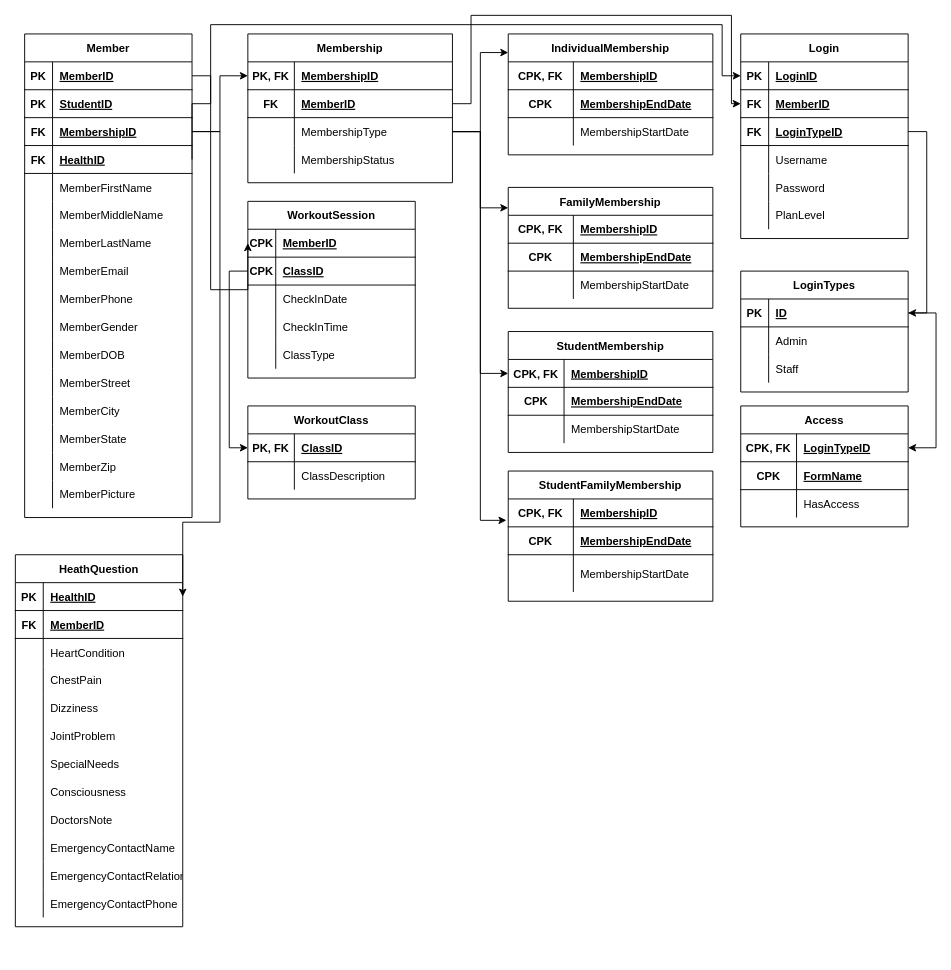
Above: Untitled Diagram.drawio in aayushbhurtel/gym-management-system (draw.io), before the change. Source tidied: cells renumbered, new cells numbered last; positions are measured from the earlier drawing's top-left corner, leaving out a move shared by most shapes. Both pictures are drawn from the tidied source at 93%, with x=0, y=0 at pixel (15, 15).
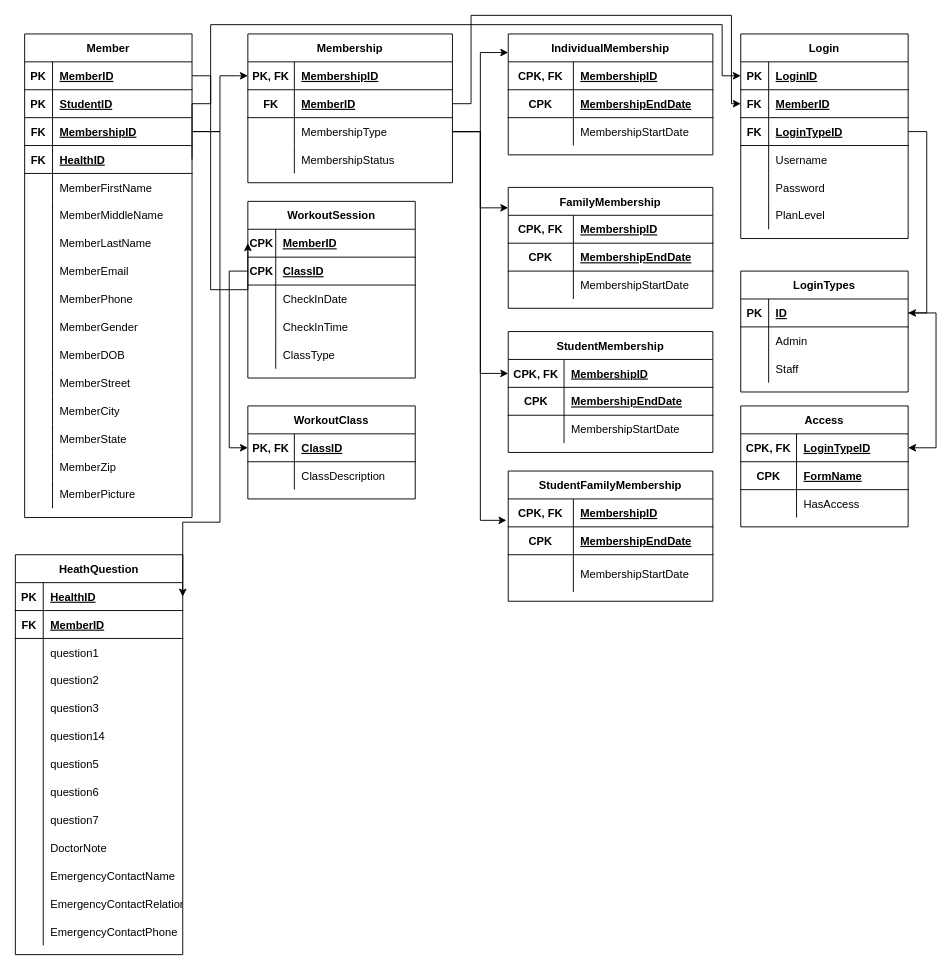
Above is the later version.

Commit message:
updated heath question

Unchanged cells that the change refers to:
```xml
<mxCell id="71" style="shape=tableRow;horizontal=0;startSize=0;swimlaneHead=0;swimlaneBody=0;fillColor=none;top=0;left=0;right=0;bottom=0;" parent="64" vertex="1">
  <mxGeometry y="90" width="180" height="30" as="geometry" />
</mxCell>
<mxCell id="74" style="shape=tableRow;horizontal=0;startSize=0;swimlaneHead=0;swimlaneBody=0;fillColor=none;top=0;left=0;right=0;bottom=0;" parent="64" vertex="1">
  <mxGeometry y="120" width="180" height="30" as="geometry" />
</mxCell>
<mxCell id="77" style="shape=tableRow;horizontal=0;startSize=0;swimlaneHead=0;swimlaneBody=0;fillColor=none;top=0;left=0;right=0;bottom=0;" parent="64" vertex="1">
  <mxGeometry y="150" width="180" height="30" as="geometry" />
</mxCell>
<mxCell id="80" style="shape=tableRow;horizontal=0;startSize=0;swimlaneHead=0;swimlaneBody=0;fillColor=none;top=0;left=0;right=0;bottom=0;" parent="64" vertex="1">
  <mxGeometry y="180" width="180" height="30" as="geometry" />
</mxCell>
<mxCell id="83" style="shape=tableRow;horizontal=0;startSize=0;swimlaneHead=0;swimlaneBody=0;fillColor=none;top=0;left=0;right=0;bottom=0;" parent="64" vertex="1">
  <mxGeometry y="210" width="180" height="30" as="geometry" />
</mxCell>
<mxCell id="86" style="shape=tableRow;horizontal=0;startSize=0;swimlaneHead=0;swimlaneBody=0;fillColor=none;top=0;left=0;right=0;bottom=0;" parent="64" vertex="1">
  <mxGeometry y="240" width="180" height="30" as="geometry" />
</mxCell>
<mxCell id="89" style="shape=tableRow;horizontal=0;startSize=0;swimlaneHead=0;swimlaneBody=0;fillColor=none;top=0;left=0;right=0;bottom=0;" parent="64" vertex="1">
  <mxGeometry y="270" width="180" height="30" as="geometry" />
</mxCell>
```

What changed in the source:
```diff
@@
     <mxCell id="64" value="HeathQuestion" style="shape=table;startSize=30;childLayout=tableLayout;rowLines=0;fontStyle=1;align=center;" parent="1" vertex="1">
-      <mxGeometry y="580" width="180" height="400" as="geometry" />
+      <mxGeometry y="580" width="180" height="430" as="geometry" />
     </mxCell>
@@
-    <mxCell id="73" value="HeartCondition" style="shape=partialRectangle;fillColor=none;top=0;left=0;bottom=0;right=0;align=left;spacingLeft=6;overflow=hidden;" parent="71" vertex="1">
+    <mxCell id="73" value="question1" style="shape=partialRectangle;fillColor=none;top=0;left=0;bottom=0;right=0;align=left;spacingLeft=6;overflow=hidden;" parent="71" vertex="1">
       <mxGeometry x="30" width="150" height="30" as="geometry" />
     </mxCell>
@@
-    <mxCell id="76" value="ChestPain" style="shape=partialRectangle;fillColor=none;top=0;left=0;bottom=0;right=0;align=left;spacingLeft=6;overflow=hidden;" parent="74" vertex="1">
+    <mxCell id="76" value="question2" style="shape=partialRectangle;fillColor=none;top=0;left=0;bottom=0;right=0;align=left;spacingLeft=6;overflow=hidden;" parent="74" vertex="1">
       <mxGeometry x="30" width="150" height="30" as="geometry" />
     </mxCell>
@@
-    <mxCell id="79" value="Dizziness" style="shape=partialRectangle;fillColor=none;top=0;left=0;bottom=0;right=0;align=left;spacingLeft=6;overflow=hidden;" parent="77" vertex="1">
+    <mxCell id="79" value="question3" style="shape=partialRectangle;fillColor=none;top=0;left=0;bottom=0;right=0;align=left;spacingLeft=6;overflow=hidden;" parent="77" vertex="1">
       <mxGeometry x="30" width="150" height="30" as="geometry" />
     </mxCell>
@@
-    <mxCell id="82" value="JointProblem" style="shape=partialRectangle;fillColor=none;top=0;left=0;bottom=0;right=0;align=left;spacingLeft=6;overflow=hidden;" parent="80" vertex="1">
+    <mxCell id="82" value="question14" style="shape=partialRectangle;fillColor=none;top=0;left=0;bottom=0;right=0;align=left;spacingLeft=6;overflow=hidden;" parent="80" vertex="1">
       <mxGeometry x="30" width="150" height="30" as="geometry" />
     </mxCell>
@@
-    <mxCell id="85" value="SpecialNeeds" style="shape=partialRectangle;fillColor=none;top=0;left=0;bottom=0;right=0;align=left;spacingLeft=6;overflow=hidden;" parent="83" vertex="1">
+    <mxCell id="85" value="question5" style="shape=partialRectangle;fillColor=none;top=0;left=0;bottom=0;right=0;align=left;spacingLeft=6;overflow=hidden;" parent="83" vertex="1">
       <mxGeometry x="30" width="150" height="30" as="geometry" />
     </mxCell>
@@
-    <mxCell id="88" value="Consciousness" style="shape=partialRectangle;fillColor=none;top=0;left=0;bottom=0;right=0;align=left;spacingLeft=6;overflow=hidden;" parent="86" vertex="1">
+    <mxCell id="88" value="question6" style="shape=partialRectangle;fillColor=none;top=0;left=0;bottom=0;right=0;align=left;spacingLeft=6;overflow=hidden;" parent="86" vertex="1">
       <mxGeometry x="30" width="150" height="30" as="geometry" />
     </mxCell>
@@
-    <mxCell id="91" value="DoctorsNote" style="shape=partialRectangle;fillColor=none;top=0;left=0;bottom=0;right=0;align=left;spacingLeft=6;overflow=hidden;" parent="89" vertex="1">
+    <mxCell id="91" value="question7" style="shape=partialRectangle;fillColor=none;top=0;left=0;bottom=0;right=0;align=left;spacingLeft=6;overflow=hidden;" parent="89" vertex="1">
       <mxGeometry x="30" width="150" height="30" as="geometry" />
     </mxCell>
+    <mxCell id="215" style="shape=tableRow;horizontal=0;startSize=0;swimlaneHead=0;swimlaneBody=0;fillColor=none;top=0;left=0;right=0;bottom=0;" parent="64" vertex="1">
+      <mxGeometry y="300" width="180" height="30" as="geometry" />
+    </mxCell>
+    <mxCell id="216" style="shape=partialRectangle;fillColor=none;top=0;left=0;bottom=0;right=0;overflow=hidden;" parent="215" vertex="1">
+      <mxGeometry width="30" height="30" as="geometry" />
+    </mxCell>
+    <mxCell id="217" value="DoctorNote" style="shape=partialRectangle;fillColor=none;top=0;left=0;bottom=0;right=0;align=left;spacingLeft=6;overflow=hidden;" parent="215" vertex="1">
+      <mxGeometry x="30" width="150" height="30" as="geometry" />
+    </mxCell>
     <mxCell id="92" style="shape=tableRow;horizontal=0;startSize=0;swimlaneHead=0;swimlaneBody=0;fillColor=none;top=0;left=0;right=0;bottom=0;" parent="64" vertex="1">
-      <mxGeometry y="300" width="180" height="30" as="geometry" />
+      <mxGeometry y="330" width="180" height="30" as="geometry" />
     </mxCell>
@@
     <mxCell id="95" style="shape=tableRow;horizontal=0;startSize=0;swimlaneHead=0;swimlaneBody=0;fillColor=none;top=0;left=0;right=0;bottom=0;" parent="64" vertex="1">
-      <mxGeometry y="330" width="180" height="30" as="geometry" />
+      <mxGeometry y="360" width="180" height="30" as="geometry" />
     </mxCell>
@@
     <mxCell id="98" style="shape=tableRow;horizontal=0;startSize=0;swimlaneHead=0;swimlaneBody=0;fillColor=none;top=0;left=0;right=0;bottom=0;" parent="64" vertex="1">
-      <mxGeometry y="360" width="180" height="30" as="geometry" />
+      <mxGeometry y="390" width="180" height="30" as="geometry" />
     </mxCell>
```
